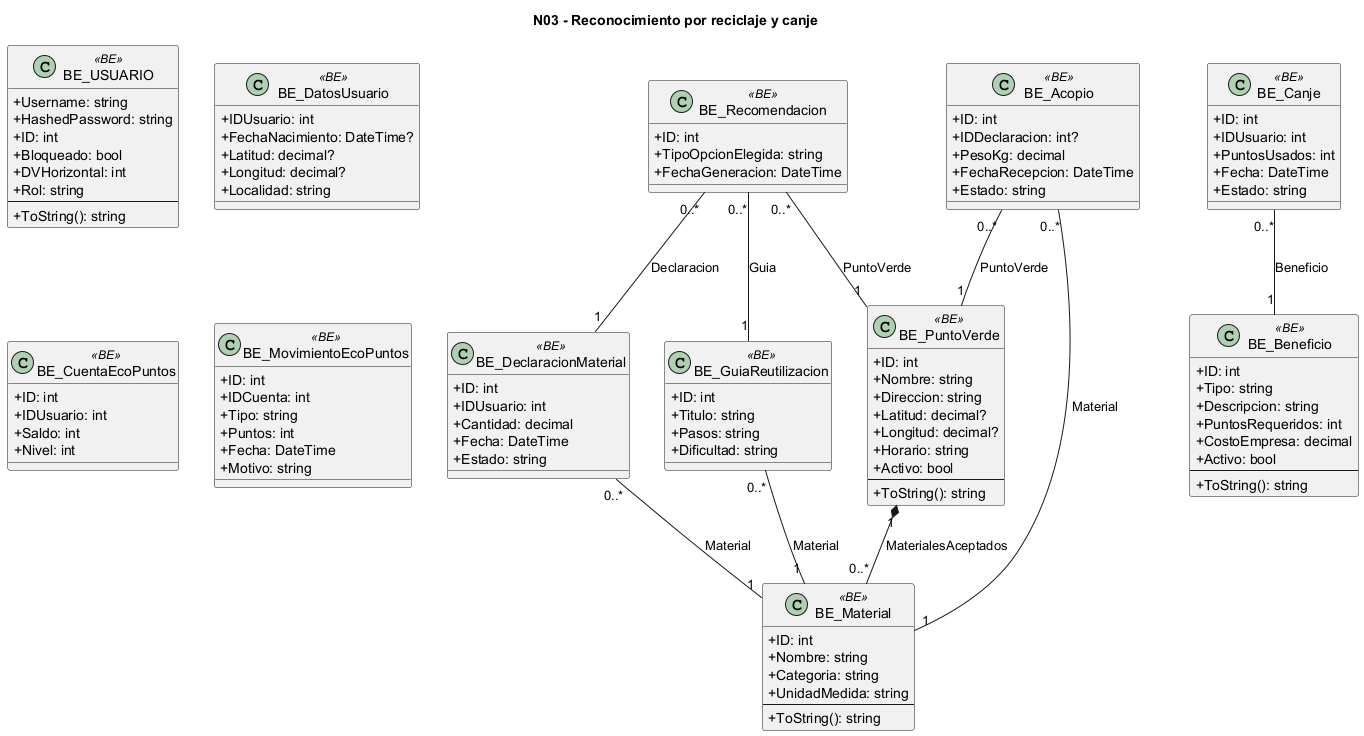
Before: docs/diagramas/uml_png/procesos__N03_modelo_conceptual.png, a diagram exported from PlantUML (L-Muniz/uai-diploma_2026).
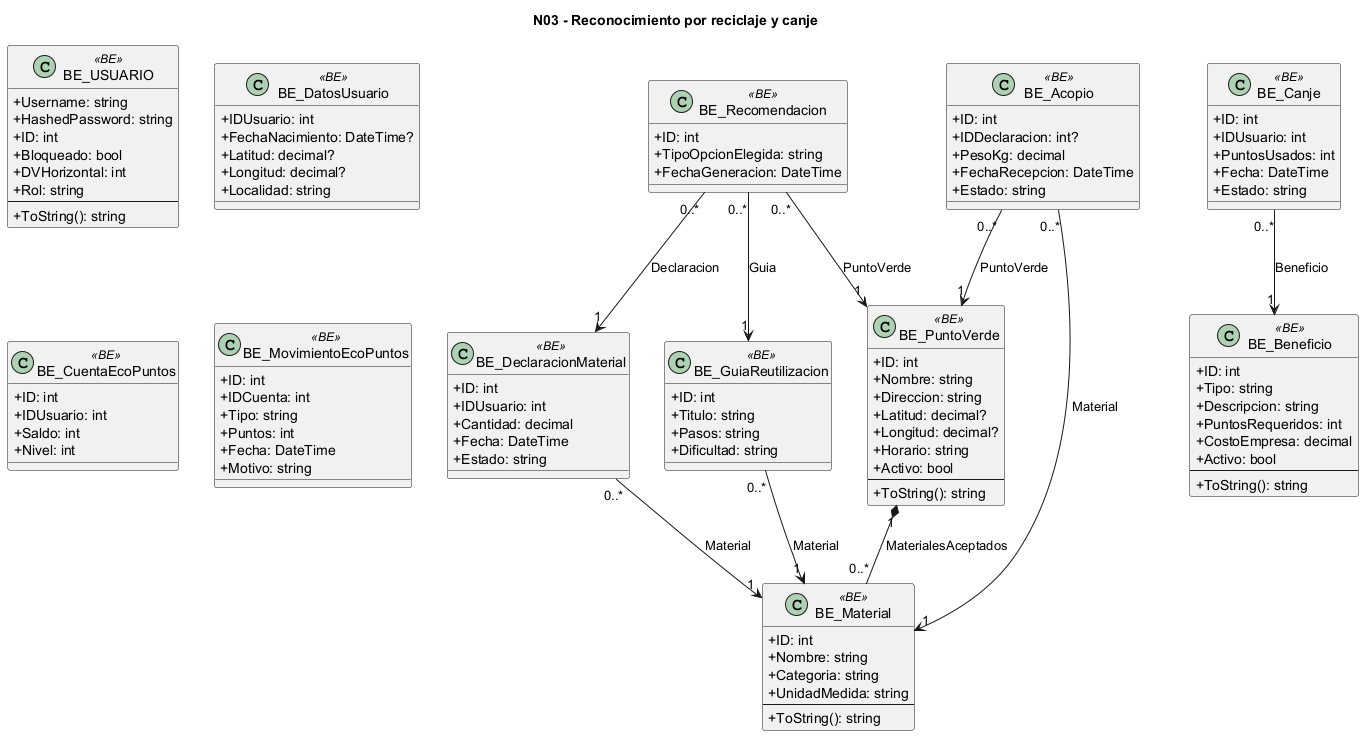
After the commit.

Change to the diagram source:
```diff
@@ -93,13 +93,13 @@
   --
   +ToString(): string
 }
-BE_DeclaracionMaterial "0..*" -- "1" BE_Material : Material
-BE_Recomendacion "0..*" -- "1" BE_DeclaracionMaterial : Declaracion
-BE_Recomendacion "0..*" -- "1" BE_GuiaReutilizacion : Guia
-BE_Recomendacion "0..*" -- "1" BE_PuntoVerde : PuntoVerde
-BE_GuiaReutilizacion "0..*" -- "1" BE_Material : Material
+BE_DeclaracionMaterial "0..*" --> "1" BE_Material : Material
+BE_Recomendacion "0..*" --> "1" BE_DeclaracionMaterial : Declaracion
+BE_Recomendacion "0..*" --> "1" BE_GuiaReutilizacion : Guia
+BE_Recomendacion "0..*" --> "1" BE_PuntoVerde : PuntoVerde
+BE_GuiaReutilizacion "0..*" --> "1" BE_Material : Material
 BE_PuntoVerde "1" *-- "0..*" BE_Material : MaterialesAceptados
-BE_Acopio "0..*" -- "1" BE_PuntoVerde : PuntoVerde
-BE_Acopio "0..*" -- "1" BE_Material : Material
-BE_Canje "0..*" -- "1" BE_Beneficio : Beneficio
+BE_Acopio "0..*" --> "1" BE_PuntoVerde : PuntoVerde
+BE_Acopio "0..*" --> "1" BE_Material : Material
+BE_Canje "0..*" --> "1" BE_Beneficio : Beneficio
 @enduml
```
